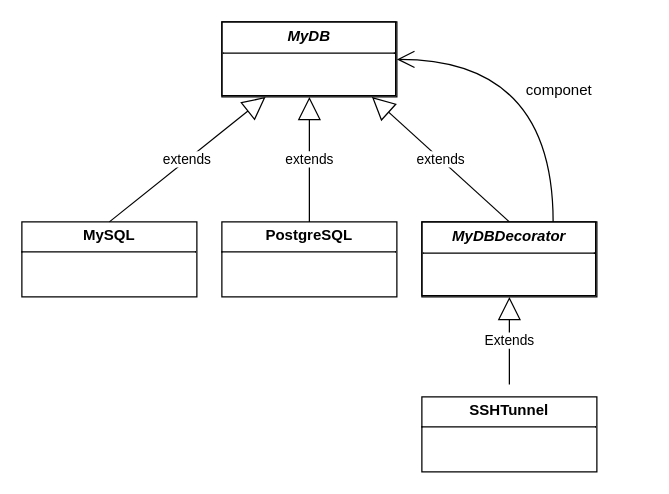
Before: database_over_ssh.drawio in Lowfucius/lowfucius_diagrams, a draw.io diagram. Source tidied: cells renumbered, new cells numbered last; positions are measured from the earlier drawing's top-left corner, leaving out a move shared by most shapes. Both pictures are drawn from the tidied source at 125%, with x=0, y=0 at pixel (21, 21).
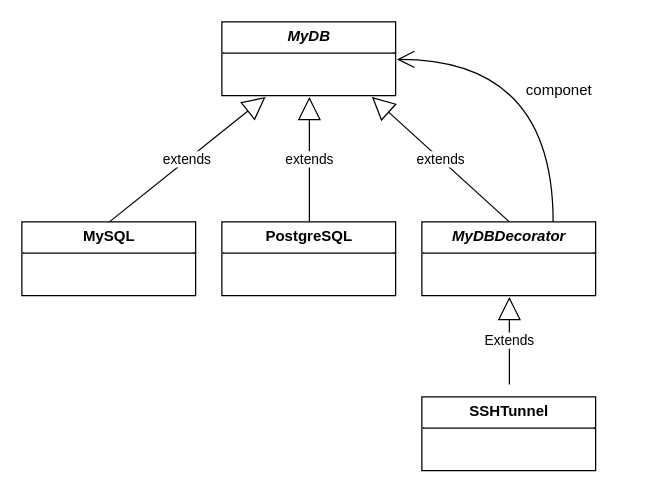
Above is the later version.

Change to the diagram source:
```diff
@@
 <mxGraphModel>
   <root>
     <mxCell id="0" />
     <mxCell id="1" parent="0" />
-    <mxCell id="2" value="&lt;p style=&quot;margin:0px;margin-top:4px;text-align:center;&quot;&gt;&lt;b&gt;&lt;i&gt;&lt;font&gt;MyDB&lt;/font&gt;&lt;/i&gt;&lt;/b&gt;&lt;/p&gt;&lt;hr style=&quot;border-style:solid;&quot; size=&quot;1&quot;&gt;&lt;div style=&quot;height:2px;&quot;&gt;&lt;/div&gt;" style="verticalAlign=top;align=left;overflow=fill;html=1;whiteSpace=wrap;fontFamily=Helvetica;labelBorderColor=default;" parent="1" vertex="1">
+    <mxCell id="2" value="&lt;p style=&quot;margin:0px;margin-top:4px;text-align:center;&quot;&gt;&lt;b&gt;&lt;i&gt;&lt;font&gt;MyDB&lt;/font&gt;&lt;/i&gt;&lt;/b&gt;&lt;/p&gt;&lt;hr style=&quot;border-style:solid;&quot; size=&quot;1&quot;&gt;&lt;div style=&quot;height:2px;&quot;&gt;&lt;/div&gt;" style="verticalAlign=top;align=left;overflow=fill;html=1;whiteSpace=wrap;fontFamily=Helvetica;labelBorderColor=default;opacity=0;" parent="1" vertex="1">
       <mxGeometry x="160" width="140" height="60" as="geometry" />
     </mxCell>
-    <mxCell id="3" value="&lt;p style=&quot;margin:0px;margin-top:4px;text-align:center;&quot;&gt;&lt;b&gt;MySQL&lt;/b&gt;&lt;/p&gt;&lt;hr size=&quot;1&quot; style=&quot;border-style:solid;&quot;&gt;&lt;div style=&quot;height:2px;&quot;&gt;&lt;/div&gt;" style="verticalAlign=top;align=left;overflow=fill;html=1;whiteSpace=wrap;" parent="1" vertex="1">
+    <mxCell id="3" value="&lt;p style=&quot;margin:0px;margin-top:4px;text-align:center;&quot;&gt;&lt;b&gt;MySQL&lt;/b&gt;&lt;/p&gt;&lt;hr size=&quot;1&quot; style=&quot;border-style:solid;&quot;&gt;&lt;div style=&quot;height:2px;&quot;&gt;&lt;/div&gt;" style="verticalAlign=top;align=left;overflow=fill;html=1;whiteSpace=wrap;opacity=0;strokeColor=default;fontFamily=Helvetica;fontSize=12;fontColor=default;labelBorderColor=default;fillColor=default;" parent="1" vertex="1">
       <mxGeometry y="160" width="140" height="60" as="geometry" />
     </mxCell>
-    <mxCell id="4" value="&lt;p style=&quot;margin:0px;margin-top:4px;text-align:center;&quot;&gt;&lt;b&gt;PostgreSQL&lt;/b&gt;&lt;/p&gt;&lt;hr size=&quot;1&quot; style=&quot;border-style:solid;&quot;&gt;&lt;div style=&quot;height:2px;&quot;&gt;&lt;/div&gt;" style="verticalAlign=top;align=left;overflow=fill;html=1;whiteSpace=wrap;" parent="1" vertex="1">
+    <mxCell id="4" value="&lt;p style=&quot;margin:0px;margin-top:4px;text-align:center;&quot;&gt;&lt;b&gt;PostgreSQL&lt;/b&gt;&lt;/p&gt;&lt;hr size=&quot;1&quot; style=&quot;border-style:solid;&quot;&gt;&lt;div style=&quot;height:2px;&quot;&gt;&lt;/div&gt;" style="verticalAlign=top;align=left;overflow=fill;html=1;whiteSpace=wrap;opacity=0;strokeColor=default;fontFamily=Helvetica;fontSize=12;fontColor=default;labelBorderColor=default;fillColor=default;" parent="1" vertex="1">
       <mxGeometry x="160" y="160" width="140" height="60" as="geometry" />
     </mxCell>
-    <mxCell id="5" value="&lt;p style=&quot;margin:0px;margin-top:4px;text-align:center;&quot;&gt;&lt;b&gt;&lt;i&gt;&lt;font&gt;MyDBDecorator&lt;/font&gt;&lt;/i&gt;&lt;/b&gt;&lt;/p&gt;&lt;hr style=&quot;border-style:solid;&quot; size=&quot;1&quot;&gt;&lt;div style=&quot;height:2px;&quot;&gt;&lt;/div&gt;" style="verticalAlign=top;align=left;overflow=fill;html=1;whiteSpace=wrap;fontFamily=Helvetica;labelBorderColor=default;" parent="1" vertex="1">
+    <mxCell id="5" value="&lt;p style=&quot;margin:0px;margin-top:4px;text-align:center;&quot;&gt;&lt;b&gt;&lt;i&gt;&lt;font&gt;MyDBDecorator&lt;/font&gt;&lt;/i&gt;&lt;/b&gt;&lt;/p&gt;&lt;hr style=&quot;border-style:solid;&quot; size=&quot;1&quot;&gt;&lt;div style=&quot;height:2px;&quot;&gt;&lt;/div&gt;" style="verticalAlign=top;align=left;overflow=fill;html=1;whiteSpace=wrap;fontFamily=Helvetica;labelBorderColor=default;opacity=0;" parent="1" vertex="1">
       <mxGeometry x="320" y="160" width="140" height="60" as="geometry" />
     </mxCell>
-    <mxCell id="6" value="&lt;p style=&quot;margin:0px;margin-top:4px;text-align:center;&quot;&gt;&lt;b&gt;SSHTunnel&lt;/b&gt;&lt;/p&gt;&lt;hr size=&quot;1&quot; style=&quot;border-style:solid;&quot;&gt;&lt;div style=&quot;height:2px;&quot;&gt;&lt;/div&gt;" style="verticalAlign=top;align=left;overflow=fill;html=1;whiteSpace=wrap;" parent="1" vertex="1">
+    <mxCell id="6" value="&lt;p style=&quot;margin:0px;margin-top:4px;text-align:center;&quot;&gt;&lt;b&gt;SSHTunnel&lt;/b&gt;&lt;/p&gt;&lt;hr size=&quot;1&quot; style=&quot;border-style:solid;&quot;&gt;&lt;div style=&quot;height:2px;&quot;&gt;&lt;/div&gt;" style="verticalAlign=top;align=left;overflow=fill;html=1;whiteSpace=wrap;strokeColor=default;opacity=0;fontFamily=Helvetica;fontSize=12;fontColor=default;labelBorderColor=default;fillColor=default;" parent="1" vertex="1">
       <mxGeometry x="320" y="300" width="140" height="60" as="geometry" />
     </mxCell>
     <mxCell id="7" value="extends" style="endArrow=block;endSize=16;endFill=0;html=1;rounded=0;entryX=0.25;entryY=1;entryDx=0;entryDy=0;exitX=0.5;exitY=0;exitDx=0;exitDy=0;" parent="1" edge="1" source="3" target="2">
       <mxGeometry relative="1" as="geometry" />
     </mxCell>
     <mxCell id="8" value="extends" style="endArrow=block;endSize=16;endFill=0;html=1;rounded=0;exitX=0.5;exitY=0;exitDx=0;exitDy=0;entryX=0.5;entryY=1;entryDx=0;entryDy=0;" parent="1" edge="1" source="4" target="2">
       <mxGeometry relative="1" as="geometry" />
     </mxCell>
     <mxCell id="9" value="extends" style="endArrow=block;endSize=16;endFill=0;html=1;rounded=0;entryX=0.857;entryY=1;entryDx=0;entryDy=0;entryPerimeter=0;exitX=0.5;exitY=0;exitDx=0;exitDy=0;" parent="1" edge="1" source="5" target="2">
       <mxGeometry relative="1" as="geometry" />
     </mxCell>
     <mxCell id="10" value="Extends" style="endArrow=block;endSize=16;endFill=0;html=1;rounded=0;entryX=0.5;entryY=1;entryDx=0;entryDy=0;" parent="1" edge="1" target="5">
       <mxGeometry relative="1" as="geometry">
         <mxPoint x="390" y="290" as="sourcePoint" />
       </mxGeometry>
     </mxCell>
     <mxCell id="11" value="componet" style="text;html=1;align=center;verticalAlign=middle;whiteSpace=wrap;rounded=0;" parent="1" vertex="1">
       <mxGeometry x="360" y="40" width="140" height="30" as="geometry" />
     </mxCell>
     <mxCell id="12" style="endArrow=open;endFill=1;endSize=12;html=1;rounded=0;exitX=0.75;exitY=0;exitDx=0;exitDy=0;entryX=1;entryY=0.5;entryDx=0;entryDy=0;edgeStyle=orthogonalEdgeStyle;curved=1;" parent="1" edge="1" source="5" target="2">
       <mxGeometry relative="1" as="geometry" />
     </mxCell>
   </root>
 </mxGraphModel>
```
